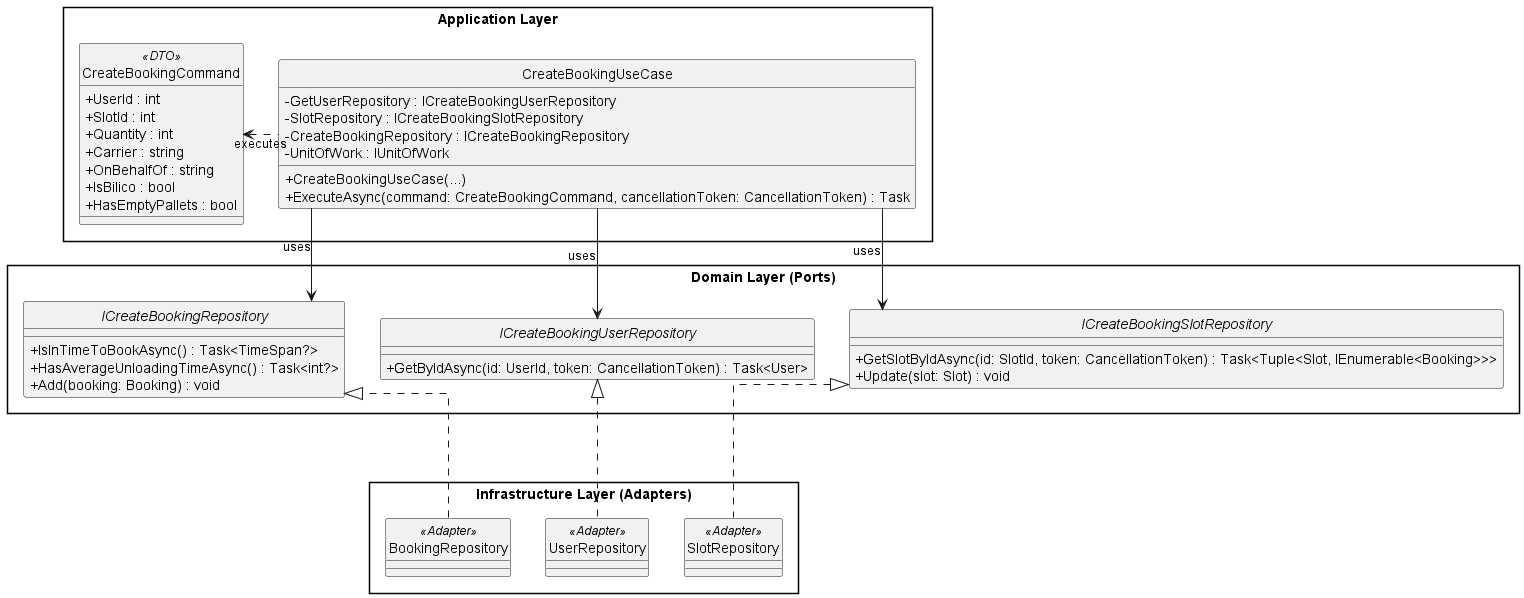
Before: img/design2.png, a diagram exported from PlantUML (Suerto/Tesi).
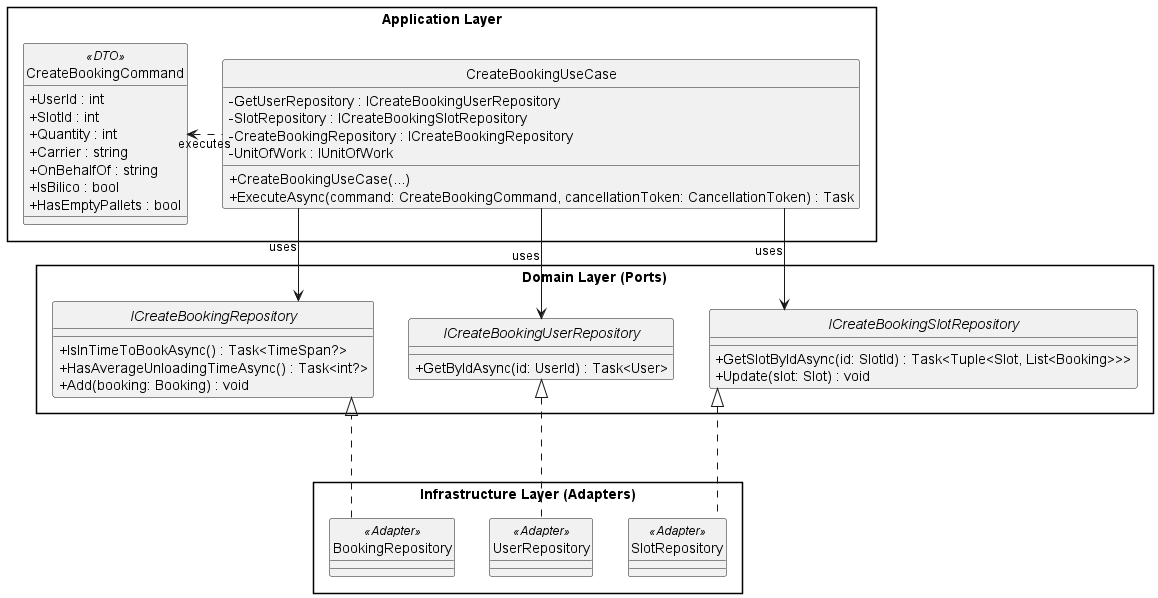
The same diagram one commit later.

What changed in the source:
```diff
@@ -27,11 +27,11 @@
 
 package "Domain Layer (Ports)" {
     interface ICreateBookingUserRepository {
-        + GetByIdAsync(id: UserId, token: CancellationToken) : Task<User>
+        + GetByIdAsync(id: UserId) : Task<User>
     }
 
     interface ICreateBookingSlotRepository {
-        + GetSlotByIdAsync(id: SlotId, token: CancellationToken) : Task<Tuple<Slot, IEnumerable<Booking>>>
+        + GetSlotByIdAsync(id: SlotId) : Task<Tuple<Slot, List<Booking>>>
         + Update(slot: Slot) : void
     }
 
```
